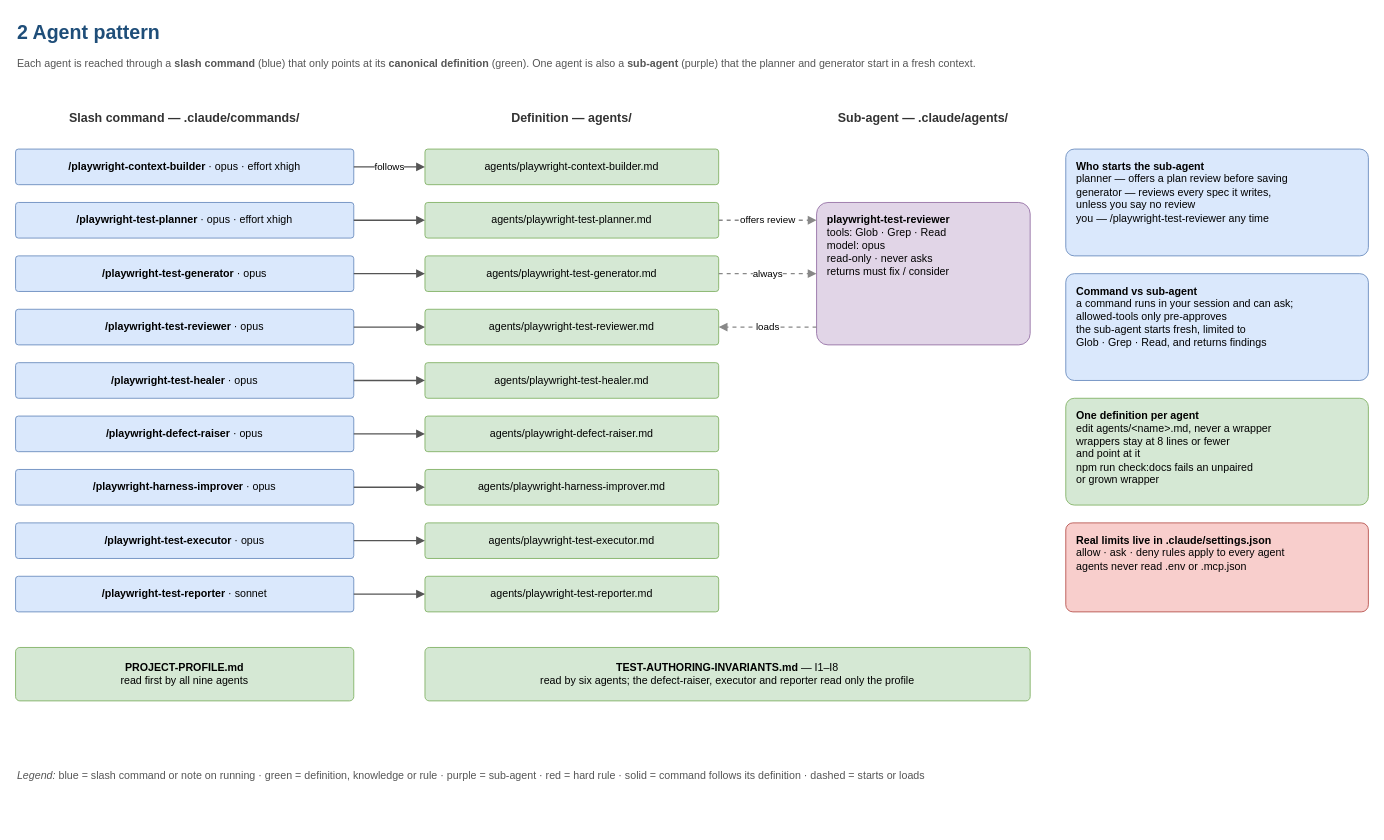
Before: page "2 Agent pattern" (2 of 14) of docs/harness-docs/diagrams/ai-qa-harness/ai-qa-harness.drawio in absjabed/ai-qa-harness, a draw.io diagram. Source tidied: cells renumbered, new cells numbered last; positions are measured from the earlier drawing's top-left corner, leaving out a move shared by most shapes. Both pictures are drawn from the tidied source at 89%, with x=0, y=0 at pixel (15, 15).
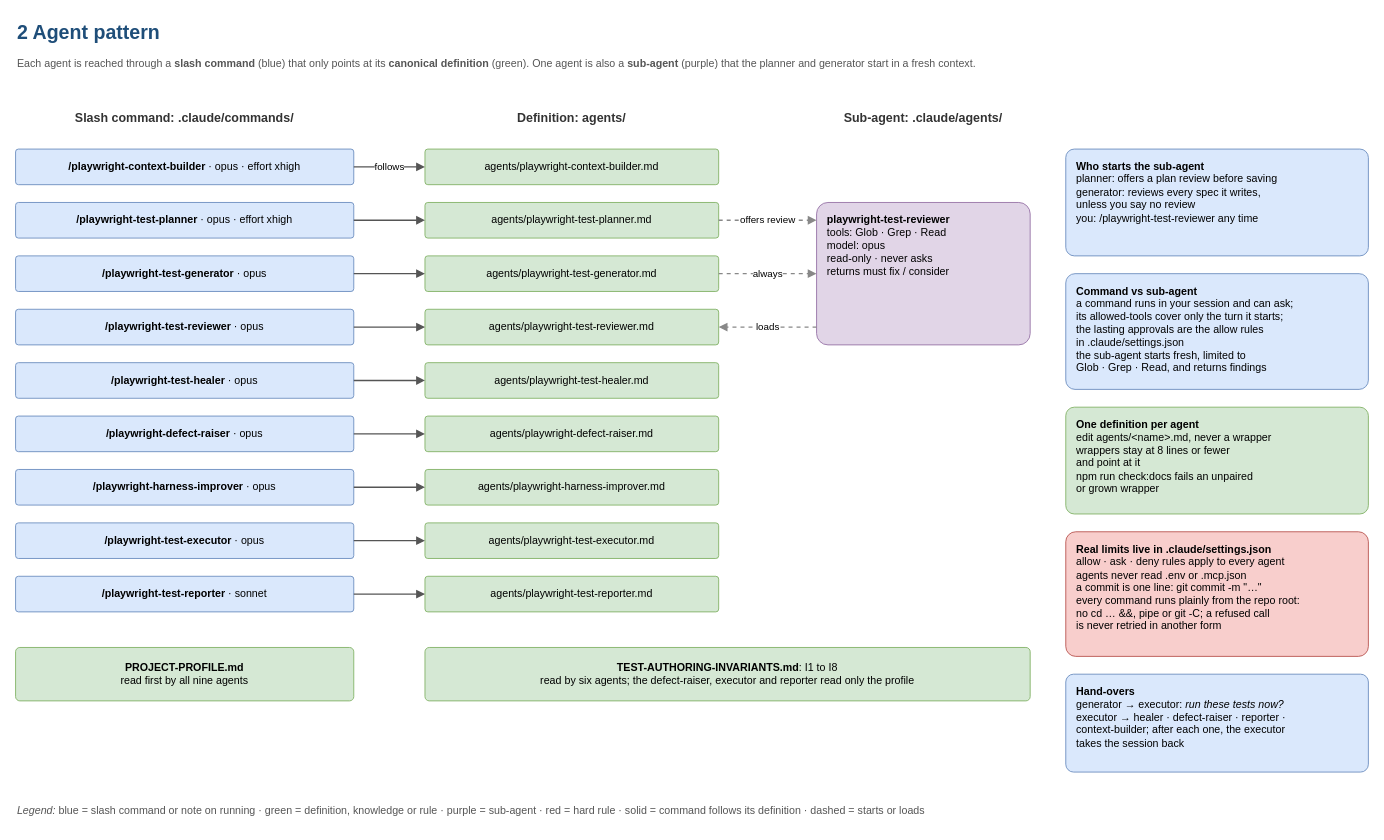
After the change.

Diff of the diagram source:
```diff
@@
-    <mxCell id="4" value="Slash command — .claude/commands/" style="fontFamily=Helvetica;html=1;whiteSpace=wrap;text;fontSize=14;fontStyle=1;fontColor=#333333;align=center;verticalAlign=middle;" parent="1" vertex="1">
+    <mxCell id="4" value="Slash command: .claude/commands/" style="fontFamily=Helvetica;html=1;whiteSpace=wrap;text;fontSize=14;fontStyle=1;fontColor=#333333;align=center;verticalAlign=middle;" parent="1" vertex="1">
       <mxGeometry y="100" width="380" height="30" as="geometry" />
     </mxCell>
-    <mxCell id="5" value="Definition — agents/" style="fontFamily=Helvetica;html=1;whiteSpace=wrap;text;fontSize=14;fontStyle=1;fontColor=#333333;align=center;verticalAlign=middle;" parent="1" vertex="1">
+    <mxCell id="5" value="Definition: agents/" style="fontFamily=Helvetica;html=1;whiteSpace=wrap;text;fontSize=14;fontStyle=1;fontColor=#333333;align=center;verticalAlign=middle;" parent="1" vertex="1">
       <mxGeometry x="460" y="100" width="330" height="30" as="geometry" />
     </mxCell>
-    <mxCell id="6" value="Sub-agent — .claude/agents/" style="fontFamily=Helvetica;html=1;whiteSpace=wrap;text;fontSize=14;fontStyle=1;fontColor=#333333;align=center;verticalAlign=middle;" parent="1" vertex="1">
+    <mxCell id="6" value="Sub-agent: .claude/agents/" style="fontFamily=Helvetica;html=1;whiteSpace=wrap;text;fontSize=14;fontStyle=1;fontColor=#333333;align=center;verticalAlign=middle;" parent="1" vertex="1">
       <mxGeometry x="900" y="100" width="240" height="30" as="geometry" />
     </mxCell>
@@
-    <mxCell id="33" value="&lt;b&gt;TEST-AUTHORING-INVARIANTS.md&lt;/b&gt; — I1–I8&lt;br&gt;read by six agents; the defect-raiser, executor and reporter read only the profile" style="fontFamily=Helvetica;html=1;whiteSpace=wrap;rounded=1;arcSize=8;fillColor=#d5e8d4;strokeColor=#82b366;fontSize=12;" parent="1" vertex="1">
+    <mxCell id="33" value="&lt;b&gt;TEST-AUTHORING-INVARIANTS.md&lt;/b&gt;: I1 to I8&lt;br&gt;read by six agents; the defect-raiser, executor and reporter read only the profile" style="fontFamily=Helvetica;html=1;whiteSpace=wrap;rounded=1;arcSize=8;fillColor=#d5e8d4;strokeColor=#82b366;fontSize=12;" parent="1" vertex="1">
       <mxGeometry x="460" y="710" width="680" height="60" as="geometry" />
     </mxCell>
-    <mxCell id="34" value="&lt;b&gt;Who starts the sub-agent&lt;/b&gt;&lt;br&gt;planner — offers a plan review before saving&lt;br&gt;generator — reviews every spec it writes,&lt;br&gt;unless you say no review&lt;br&gt;you — /playwright-test-reviewer any time" style="fontFamily=Helvetica;html=1;whiteSpace=wrap;rounded=1;arcSize=8;fillColor=#dae8fc;strokeColor=#6c8ebf;fontSize=12;align=left;verticalAlign=top;spacingLeft=10;spacingTop=6;spacingRight=6;" parent="1" vertex="1">
+    <mxCell id="34" value="&lt;b&gt;Who starts the sub-agent&lt;/b&gt;&lt;br&gt;planner: offers a plan review before saving&lt;br&gt;generator: reviews every spec it writes,&lt;br&gt;unless you say no review&lt;br&gt;you: /playwright-test-reviewer any time" style="fontFamily=Helvetica;html=1;whiteSpace=wrap;rounded=1;arcSize=8;fillColor=#dae8fc;strokeColor=#6c8ebf;fontSize=12;align=left;verticalAlign=top;spacingLeft=10;spacingTop=6;spacingRight=6;" parent="1" vertex="1">
       <mxGeometry x="1180" y="150" width="340" height="120" as="geometry" />
     </mxCell>
-    <mxCell id="35" value="&lt;b&gt;Command vs sub-agent&lt;/b&gt;&lt;br&gt;a command runs in your session and can ask;&lt;br&gt;allowed-tools only pre-approves&lt;br&gt;the sub-agent starts fresh, limited to&lt;br&gt;Glob · Grep · Read, and returns findings" style="fontFamily=Helvetica;html=1;whiteSpace=wrap;rounded=1;arcSize=8;fillColor=#dae8fc;strokeColor=#6c8ebf;fontSize=12;align=left;verticalAlign=top;spacingLeft=10;spacingTop=6;spacingRight=6;" parent="1" vertex="1">
-      <mxGeometry x="1180" y="290" width="340" height="120" as="geometry" />
+    <mxCell id="35" value="&lt;b&gt;Command vs sub-agent&lt;/b&gt;&lt;br&gt;a command runs in your session and can ask;&lt;br&gt;its allowed-tools cover only the turn it starts;&lt;br&gt;the lasting approvals are the allow rules&lt;br&gt;in .claude/settings.json&lt;br&gt;the sub-agent starts fresh, limited to&lt;br&gt;Glob · Grep · Read, and returns findings" style="fontFamily=Helvetica;html=1;whiteSpace=wrap;rounded=1;arcSize=8;fillColor=#dae8fc;strokeColor=#6c8ebf;fontSize=12;align=left;verticalAlign=top;spacingLeft=10;spacingTop=6;spacingRight=6;" parent="1" vertex="1">
+      <mxGeometry x="1180" y="290" width="340" height="130" as="geometry" />
     </mxCell>
     <mxCell id="36" value="&lt;b&gt;One definition per agent&lt;/b&gt;&lt;br&gt;edit agents/&amp;lt;name&amp;gt;.md, never a wrapper&lt;br&gt;wrappers stay at 8 lines or fewer&lt;br&gt;and point at it&lt;br&gt;npm run check:docs fails an unpaired&lt;br&gt;or grown wrapper" style="fontFamily=Helvetica;html=1;whiteSpace=wrap;rounded=1;arcSize=8;fillColor=#d5e8d4;strokeColor=#82b366;fontSize=12;align=left;verticalAlign=top;spacingLeft=10;spacingTop=6;spacingRight=6;" parent="1" vertex="1">
-      <mxGeometry x="1180" y="430" width="340" height="120" as="geometry" />
+      <mxGeometry x="1180" y="440" width="340" height="120" as="geometry" />
     </mxCell>
-    <mxCell id="37" value="&lt;b&gt;Real limits live in .claude/settings.json&lt;/b&gt;&lt;br&gt;allow · ask · deny rules apply to every agent&lt;br&gt;agents never read .env or .mcp.json" style="fontFamily=Helvetica;html=1;whiteSpace=wrap;rounded=1;arcSize=8;fillColor=#f8cecc;strokeColor=#b85450;fontSize=12;align=left;verticalAlign=top;spacingLeft=10;spacingTop=6;spacingRight=6;" parent="1" vertex="1">
-      <mxGeometry x="1180" y="570" width="340" height="100" as="geometry" />
+    <mxCell id="37" value="&lt;b&gt;Real limits live in .claude/settings.json&lt;/b&gt;&lt;br&gt;allow · ask · deny rules apply to every agent&lt;br&gt;agents never read .env or .mcp.json&lt;br&gt;a commit is one line: git commit -m &quot;…&quot;&lt;br&gt;every command runs plainly from the repo root:&lt;br&gt;no cd … &amp;amp;&amp;amp;, pipe or git -C; a refused call&lt;br&gt;is never retried in another form" style="fontFamily=Helvetica;html=1;whiteSpace=wrap;rounded=1;arcSize=8;fillColor=#f8cecc;strokeColor=#b85450;fontSize=12;align=left;verticalAlign=top;spacingLeft=10;spacingTop=6;spacingRight=6;" parent="1" vertex="1">
+      <mxGeometry x="1180" y="580" width="340" height="140" as="geometry" />
     </mxCell>
     <mxCell id="38" value="&lt;i&gt;Legend:&lt;/i&gt; blue = slash command or note on running · green = definition, knowledge or rule · purple = sub-agent · red = hard rule · solid = command follows its definition · dashed = starts or loads" style="fontFamily=Helvetica;html=1;whiteSpace=wrap;text;fontSize=12;fontColor=#555555;align=left;verticalAlign=top;" parent="1" vertex="1">
-      <mxGeometry y="840" width="1520" height="30" as="geometry" />
+      <mxGeometry y="880" width="1520" height="30" as="geometry" />
     </mxCell>
@@
+    <mxCell id="45" value="&lt;b&gt;Hand-overs&lt;/b&gt;&lt;br&gt;generator → executor: &lt;i&gt;run these tests now?&lt;/i&gt;&lt;br&gt;executor → healer · defect-raiser · reporter ·&lt;br&gt;context-builder; after each one, the executor&lt;br&gt;takes the session back" style="fontFamily=Helvetica;html=1;whiteSpace=wrap;rounded=1;arcSize=8;fillColor=#dae8fc;strokeColor=#6c8ebf;fontSize=12;align=left;verticalAlign=top;spacingLeft=10;spacingTop=6;spacingRight=6;" parent="1" vertex="1">
+      <mxGeometry x="1180" y="740" width="340" height="110" as="geometry" />
+    </mxCell>
```
